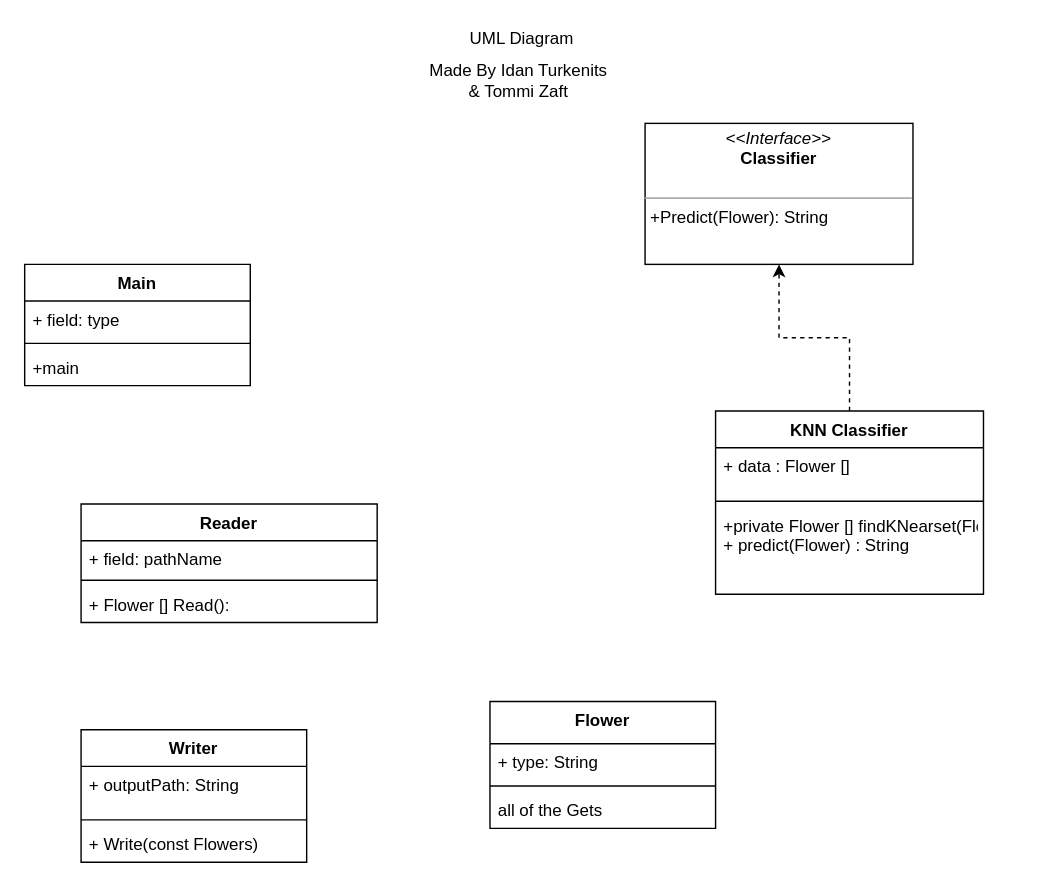
This is uml.drawio from Tom-stack3/AP1-ex3, a draw.io file, before an edit. Source tidied: cells renumbered, new cells numbered last; positions are measured from the earlier drawing's top-left corner, leaving out a move shared by most shapes. Both pictures are drawn from the tidied source at 141%, with x=0, y=0 at pixel (24, 24).
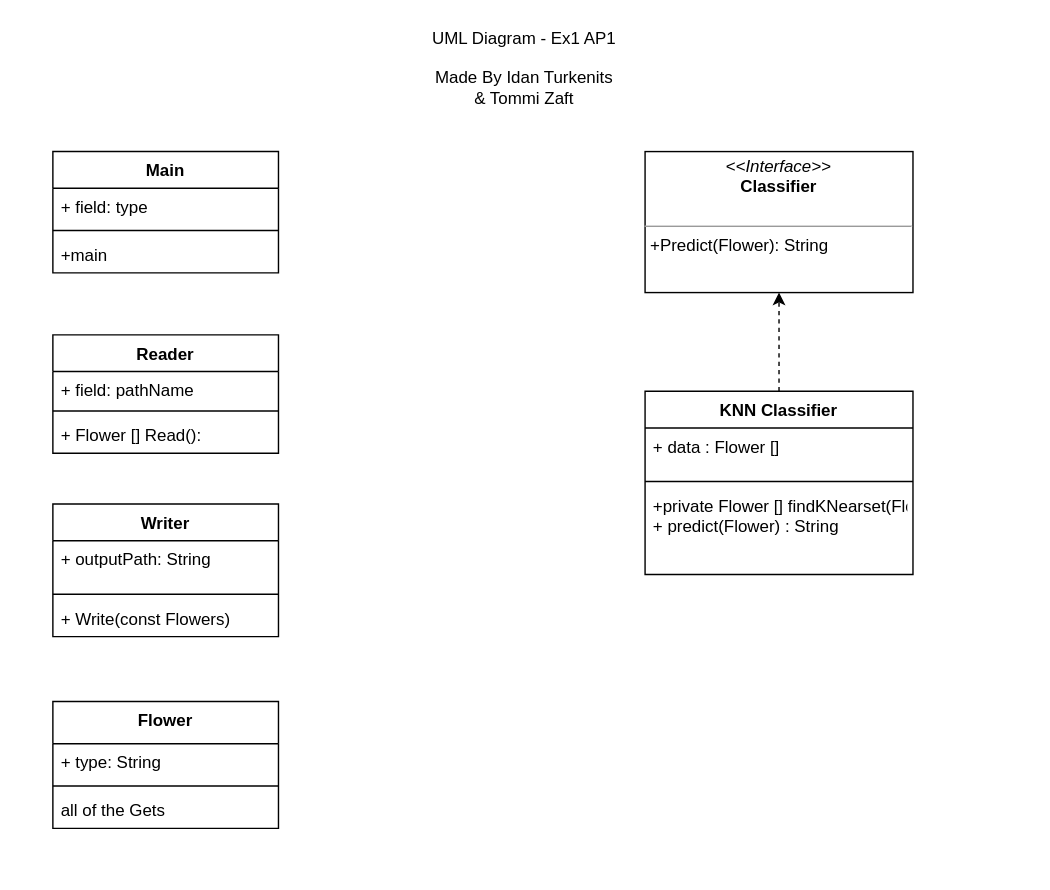
Above is the later version.

The edit, as a diff of the source:
```diff
@@
     <mxCell id="2" value="Reader" style="swimlane;fontStyle=1;align=center;verticalAlign=top;horizontal=1;startSize=26;" parent="1" vertex="1">
-      <mxGeometry x="40" y="340" width="210" height="84" as="geometry" />
+      <mxGeometry x="20" y="220" width="160" height="84" as="geometry" />
     </mxCell>
     <mxCell id="3" value="+ field: pathName&#10;" style="text;strokeColor=none;fillColor=none;align=left;verticalAlign=top;spacingLeft=4;spacingRight=4;overflow=hidden;" parent="2" vertex="1">
-      <mxGeometry y="26" width="210" height="24" as="geometry" />
+      <mxGeometry y="26" width="160" height="24" as="geometry" />
     </mxCell>
     <mxCell id="4" style="line;strokeWidth=1;fillColor=none;align=left;verticalAlign=middle;spacingTop=-1;spacingLeft=3;spacingRight=3;labelPosition=right;" parent="2" vertex="1">
-      <mxGeometry y="50" width="210" height="8" as="geometry" />
+      <mxGeometry y="50" width="160" height="8" as="geometry" />
     </mxCell>
     <mxCell id="5" value="+ Flower [] Read():" style="text;strokeColor=none;fillColor=none;align=left;verticalAlign=top;spacingLeft=4;spacingRight=4;overflow=hidden;" parent="2" vertex="1">
-      <mxGeometry y="58" width="210" height="26" as="geometry" />
+      <mxGeometry y="58" width="160" height="26" as="geometry" />
     </mxCell>
@@
     <mxCell id="7" value="KNN Classifier" style="swimlane;fontStyle=1;align=center;verticalAlign=top;horizontal=1;startSize=26;" parent="1" vertex="1">
-      <mxGeometry x="490" y="274" width="190" height="130" as="geometry" />
+      <mxGeometry x="440" y="260" width="190" height="130" as="geometry" />
     </mxCell>
@@
     <mxCell id="11" value="Flower" style="swimlane;fontStyle=1;align=center;verticalAlign=top;horizontal=1;startSize=30;" parent="1" vertex="1">
-      <mxGeometry x="330" y="480" width="160" height="90" as="geometry" />
+      <mxGeometry x="20" y="480" width="160" height="90" as="geometry" />
     </mxCell>
@@
     <mxCell id="15" value="Writer" style="swimlane;fontStyle=1;align=center;verticalAlign=top;horizontal=1;startSize=26;" parent="1" vertex="1">
-      <mxGeometry x="40" y="500" width="160" height="94" as="geometry" />
+      <mxGeometry x="20" y="340" width="160" height="94" as="geometry" />
     </mxCell>
@@
     <mxCell id="19" value="&lt;p style=&quot;margin: 0px ; margin-top: 4px ; text-align: center&quot;&gt;&lt;i&gt;&amp;lt;&amp;lt;Interface&amp;gt;&amp;gt;&lt;/i&gt;&lt;br&gt;&lt;b&gt;Classifier&lt;/b&gt;&lt;/p&gt;&lt;p style=&quot;margin: 0px ; margin-left: 4px&quot;&gt;&lt;br&gt;&lt;/p&gt;&lt;hr size=&quot;1&quot;&gt;&lt;p style=&quot;margin: 0px ; margin-left: 4px&quot;&gt;+Predict(Flower): String&lt;br&gt;&lt;br&gt;&lt;/p&gt;" style="verticalAlign=top;align=left;overflow=fill;fontSize=12;fontFamily=Helvetica;html=1;" parent="1" vertex="1">
-      <mxGeometry x="440" y="70" width="190" height="100" as="geometry" />
+      <mxGeometry x="440" y="90" width="190" height="100" as="geometry" />
     </mxCell>
     <mxCell id="20" value="Main" style="swimlane;fontStyle=1;align=center;verticalAlign=top;horizontal=1;startSize=26;" parent="1" vertex="1">
-      <mxGeometry y="170" width="160" height="86" as="geometry" />
+      <mxGeometry x="20" y="90" width="160" height="86" as="geometry" />
     </mxCell>
@@
-    <mxCell id="24" value="UML Diagram&amp;nbsp;" style="text;html=1;align=center;verticalAlign=middle;fillColor=none;strokeColor=none;rounded=0;" parent="1" vertex="1">
-      <mxGeometry x="309" width="90" height="20" as="geometry" />
+    <mxCell id="24" value="UML Diagram - Ex1 AP1" style="text;html=1;align=center;verticalAlign=middle;fillColor=none;strokeColor=none;rounded=0;" parent="1" vertex="1">
+      <mxGeometry x="279" width="150" height="20" as="geometry" />
     </mxCell>
-    <mxCell id="25" value="Made By Idan Turkenits&lt;br&gt;&amp;amp; Tommi Zaft" style="text;html=1;align=center;verticalAlign=middle;strokeColor=none;" parent="1" vertex="1">
-      <mxGeometry x="280" y="25" width="140" height="30" as="geometry" />
+    <mxCell id="25" value="Made By Idan Turkenits&lt;br&gt;&amp;amp; Tommi Zaft" style="text;html=1;align=center;verticalAlign=middle;strokeColor=none;imageWidth=50;" parent="1" vertex="1">
+      <mxGeometry x="284" y="30" width="140" height="30" as="geometry" />
     </mxCell>
```
